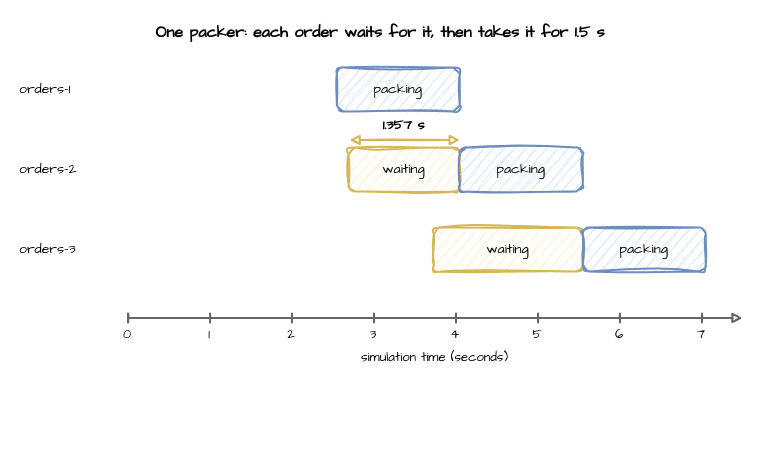
Above: docs/assets/diagrams/first-trace.drawio in jaehyeon-kim/desflow (draw.io), before the change. Source tidied: cells renumbered, new cells numbered last; positions are measured from the earlier drawing's top-left corner, leaving out a move shared by most shapes. Both pictures are drawn from the tidied source at 100%, with x=0, y=0 at pixel (17, 17).
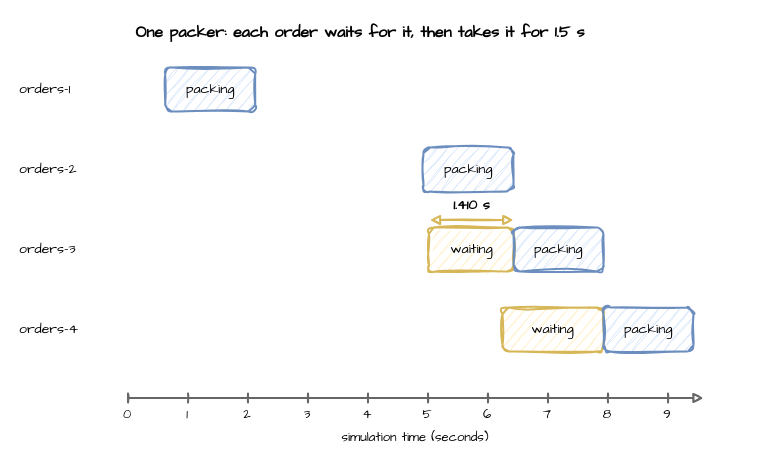
Above is the later version.

Change to the diagram source:
```diff
@@
     <mxCell id="2" value="One packer: each order waits for it, then takes it for 1.5 s" style="text;html=1;align=center;verticalAlign=middle;whiteSpace=wrap;fontFamily=Comic Sans MS;fontSize=16;fontStyle=1;" parent="1" vertex="1">
-      <mxGeometry width="726" height="30" as="geometry" />
+      <mxGeometry width="686" height="30" as="geometry" />
     </mxCell>
@@
     <mxCell id="4" value="packing" style="rounded=1;whiteSpace=wrap;html=1;sketch=1;curveFitting=1;jiggle=2;fontFamily=Comic Sans MS;fontSize=14;fillColor=#dae8fc;strokeColor=#6c8ebf;strokeWidth=2;" parent="1" vertex="1">
-      <mxGeometry x="319.3" y="50" width="123" height="44" as="geometry" />
+      <mxGeometry x="147.7" y="50" width="90" height="44" as="geometry" />
     </mxCell>
@@
-    <mxCell id="6" value="waiting" style="rounded=1;whiteSpace=wrap;html=1;sketch=1;curveFitting=1;jiggle=2;fontFamily=Comic Sans MS;fontSize=14;fillColor=#fff2cc;strokeColor=#d6b656;strokeWidth=2;" parent="1" vertex="1">
-      <mxGeometry x="331.1" y="130" width="111.2" height="44" as="geometry" />
-    </mxCell>
     <mxCell id="7" value="packing" style="rounded=1;whiteSpace=wrap;html=1;sketch=1;curveFitting=1;jiggle=2;fontFamily=Comic Sans MS;fontSize=14;fillColor=#dae8fc;strokeColor=#6c8ebf;strokeWidth=2;" parent="1" vertex="1">
-      <mxGeometry x="442.3" y="130" width="123" height="44" as="geometry" />
+      <mxGeometry x="406" y="130" width="90" height="44" as="geometry" />
     </mxCell>
@@
     <mxCell id="9" value="waiting" style="rounded=1;whiteSpace=wrap;html=1;sketch=1;curveFitting=1;jiggle=2;fontFamily=Comic Sans MS;fontSize=14;fillColor=#fff2cc;strokeColor=#d6b656;strokeWidth=2;" parent="1" vertex="1">
-      <mxGeometry x="416.4" y="210" width="148.8" height="44" as="geometry" />
+      <mxGeometry x="411.5" y="210" width="84.6" height="44" as="geometry" />
     </mxCell>
     <mxCell id="10" value="packing" style="rounded=1;whiteSpace=wrap;html=1;sketch=1;curveFitting=1;jiggle=2;fontFamily=Comic Sans MS;fontSize=14;fillColor=#dae8fc;strokeColor=#6c8ebf;strokeWidth=2;" parent="1" vertex="1">
-      <mxGeometry x="565.3" y="210" width="123" height="44" as="geometry" />
+      <mxGeometry x="496" y="210" width="90" height="44" as="geometry" />
     </mxCell>
+    <mxCell id="51" value="orders-4" style="text;html=1;align=left;verticalAlign=middle;whiteSpace=wrap;fontFamily=Comic Sans MS;fontSize=14;" parent="1" vertex="1">
+      <mxGeometry y="290" width="100" height="44" as="geometry" />
+    </mxCell>
+    <mxCell id="6" value="waiting" style="rounded=1;whiteSpace=wrap;html=1;sketch=1;curveFitting=1;jiggle=2;fontFamily=Comic Sans MS;fontSize=14;fillColor=#fff2cc;strokeColor=#d6b656;strokeWidth=2;" parent="1" vertex="1">
+      <mxGeometry x="485" y="290" width="101" height="44" as="geometry" />
+    </mxCell>
+    <mxCell id="52" value="packing" style="rounded=1;whiteSpace=wrap;html=1;sketch=1;curveFitting=1;jiggle=2;fontFamily=Comic Sans MS;fontSize=14;fillColor=#dae8fc;strokeColor=#6c8ebf;strokeWidth=2;" parent="1" vertex="1">
+      <mxGeometry x="586" y="290" width="90" height="44" as="geometry" />
+    </mxCell>
     <mxCell id="11" style="text;html=1;strokeColor=none;fillColor=none;" parent="1" vertex="1">
-      <mxGeometry x="331.1" y="122" width="1" height="1" as="geometry" />
+      <mxGeometry x="411.5" y="202" width="1" height="1" as="geometry" />
     </mxCell>
     <mxCell id="12" style="text;html=1;strokeColor=none;fillColor=none;" parent="1" vertex="1">
-      <mxGeometry x="442.3" y="122" width="1" height="1" as="geometry" />
+      <mxGeometry x="496" y="202" width="1" height="1" as="geometry" />
     </mxCell>
@@
-    <mxCell id="14" value="1.357 s" style="text;html=1;align=center;verticalAlign=middle;whiteSpace=wrap;fontFamily=Comic Sans MS;fontSize=14;fontStyle=1;" parent="1" vertex="1">
-      <mxGeometry x="331.1" y="96" width="111.2" height="24" as="geometry" />
+    <mxCell id="14" value="1.410 s" style="text;html=1;align=center;verticalAlign=middle;whiteSpace=wrap;fontFamily=Comic Sans MS;fontSize=14;fontStyle=1;" parent="1" vertex="1">
+      <mxGeometry x="411.5" y="176" width="84.6" height="24" as="geometry" />
     </mxCell>
     <mxCell id="15" style="text;html=1;strokeColor=none;fillColor=none;" parent="1" vertex="1">
-      <mxGeometry x="110" y="300" width="1" height="1" as="geometry" />
+      <mxGeometry x="110" y="380" width="1" height="1" as="geometry" />
     </mxCell>
     <mxCell id="16" style="text;html=1;strokeColor=none;fillColor=none;" parent="1" vertex="1">
-      <mxGeometry x="725" y="300" width="1" height="1" as="geometry" />
+      <mxGeometry x="686" y="380" width="1" height="1" as="geometry" />
     </mxCell>
@@
     <mxCell id="18" style="text;html=1;strokeColor=none;fillColor=none;" parent="1" vertex="1">
-      <mxGeometry x="110" y="295" width="1" height="1" as="geometry" />
+      <mxGeometry x="110" y="375" width="1" height="1" as="geometry" />
     </mxCell>
     <mxCell id="19" style="text;html=1;strokeColor=none;fillColor=none;" parent="1" vertex="1">
-      <mxGeometry x="110" y="305" width="1" height="1" as="geometry" />
+      <mxGeometry x="110" y="385" width="1" height="1" as="geometry" />
     </mxCell>
@@
     <mxCell id="21" value="0" style="text;html=1;align=center;verticalAlign=middle;whiteSpace=wrap;fontFamily=Comic Sans MS;fontSize=13;" parent="1" vertex="1">
-      <mxGeometry x="95" y="306" width="30" height="22" as="geometry" />
+      <mxGeometry x="95" y="386" width="30" height="22" as="geometry" />
     </mxCell>
     <mxCell id="22" style="text;html=1;strokeColor=none;fillColor=none;" parent="1" vertex="1">
-      <mxGeometry x="192" y="295" width="1" height="1" as="geometry" />
+      <mxGeometry x="170" y="375" width="1" height="1" as="geometry" />
     </mxCell>
     <mxCell id="23" style="text;html=1;strokeColor=none;fillColor=none;" parent="1" vertex="1">
-      <mxGeometry x="192" y="305" width="1" height="1" as="geometry" />
+      <mxGeometry x="170" y="385" width="1" height="1" as="geometry" />
     </mxCell>
@@
     <mxCell id="25" value="1" style="text;html=1;align=center;verticalAlign=middle;whiteSpace=wrap;fontFamily=Comic Sans MS;fontSize=13;" parent="1" vertex="1">
-      <mxGeometry x="177" y="306" width="30" height="22" as="geometry" />
+      <mxGeometry x="155" y="386" width="30" height="22" as="geometry" />
     </mxCell>
     <mxCell id="26" style="text;html=1;strokeColor=none;fillColor=none;" parent="1" vertex="1">
-      <mxGeometry x="274" y="295" width="1" height="1" as="geometry" />
+      <mxGeometry x="230" y="375" width="1" height="1" as="geometry" />
     </mxCell>
     <mxCell id="27" style="text;html=1;strokeColor=none;fillColor=none;" parent="1" vertex="1">
-      <mxGeometry x="274" y="305" width="1" height="1" as="geometry" />
+      <mxGeometry x="230" y="385" width="1" height="1" as="geometry" />
     </mxCell>
@@
     <mxCell id="29" value="2" style="text;html=1;align=center;verticalAlign=middle;whiteSpace=wrap;fontFamily=Comic Sans MS;fontSize=13;" parent="1" vertex="1">
-      <mxGeometry x="259" y="306" width="30" height="22" as="geometry" />
+      <mxGeometry x="215" y="386" width="30" height="22" as="geometry" />
     </mxCell>
     <mxCell id="30" style="text;html=1;strokeColor=none;fillColor=none;" parent="1" vertex="1">
-      <mxGeometry x="356" y="295" width="1" height="1" as="geometry" />
+      <mxGeometry x="290" y="375" width="1" height="1" as="geometry" />
     </mxCell>
     <mxCell id="31" style="text;html=1;strokeColor=none;fillColor=none;" parent="1" vertex="1">
-      <mxGeometry x="356" y="305" width="1" height="1" as="geometry" />
+      <mxGeometry x="290" y="385" width="1" height="1" as="geometry" />
     </mxCell>
@@
     <mxCell id="33" value="3" style="text;html=1;align=center;verticalAlign=middle;whiteSpace=wrap;fontFamily=Comic Sans MS;fontSize=13;" parent="1" vertex="1">
-      <mxGeometry x="341" y="306" width="30" height="22" as="geometry" />
+      <mxGeometry x="275" y="386" width="30" height="22" as="geometry" />
     </mxCell>
     <mxCell id="34" style="text;html=1;strokeColor=none;fillColor=none;" parent="1" vertex="1">
-      <mxGeometry x="438" y="295" width="1" height="1" as="geometry" />
+      <mxGeometry x="350" y="375" width="1" height="1" as="geometry" />
     </mxCell>
     <mxCell id="35" style="text;html=1;strokeColor=none;fillColor=none;" parent="1" vertex="1">
-      <mxGeometry x="438" y="305" width="1" height="1" as="geometry" />
+      <mxGeometry x="350" y="385" width="1" height="1" as="geometry" />
     </mxCell>
@@
     <mxCell id="37" value="4" style="text;html=1;align=center;verticalAlign=middle;whiteSpace=wrap;fontFamily=Comic Sans MS;fontSize=13;" parent="1" vertex="1">
-      <mxGeometry x="423" y="306" width="30" height="22" as="geometry" />
+      <mxGeometry x="335" y="386" width="30" height="22" as="geometry" />
     </mxCell>
     <mxCell id="38" style="text;html=1;strokeColor=none;fillColor=none;" parent="1" vertex="1">
-      <mxGeometry x="520" y="295" width="1" height="1" as="geometry" />
+      <mxGeometry x="410" y="375" width="1" height="1" as="geometry" />
     </mxCell>
     <mxCell id="39" style="text;html=1;strokeColor=none;fillColor=none;" parent="1" vertex="1">
-      <mxGeometry x="520" y="305" width="1" height="1" as="geometry" />
+      <mxGeometry x="410" y="385" width="1" height="1" as="geometry" />
     </mxCell>
@@
     <mxCell id="41" value="5" style="text;html=1;align=center;verticalAlign=middle;whiteSpace=wrap;fontFamily=Comic Sans MS;fontSize=13;" parent="1" vertex="1">
-      <mxGeometry x="505" y="306" width="30" height="22" as="geometry" />
+      <mxGeometry x="395" y="386" width="30" height="22" as="geometry" />
     </mxCell>
     <mxCell id="42" style="text;html=1;strokeColor=none;fillColor=none;" parent="1" vertex="1">
-      <mxGeometry x="602" y="295" width="1" height="1" as="geometry" />
+      <mxGeometry x="470" y="375" width="1" height="1" as="geometry" />
     </mxCell>
     <mxCell id="43" style="text;html=1;strokeColor=none;fillColor=none;" parent="1" vertex="1">
-      <mxGeometry x="602" y="305" width="1" height="1" as="geometry" />
+      <mxGeometry x="470" y="385" width="1" height="1" as="geometry" />
     </mxCell>
@@
     <mxCell id="45" value="6" style="text;html=1;align=center;verticalAlign=middle;whiteSpace=wrap;fontFamily=Comic Sans MS;fontSize=13;" parent="1" vertex="1">
-      <mxGeometry x="587" y="306" width="30" height="22" as="geometry" />
+      <mxGeometry x="455" y="386" width="30" height="22" as="geometry" />
     </mxCell>
     <mxCell id="46" style="text;html=1;strokeColor=none;fillColor=none;" parent="1" vertex="1">
-      <mxGeometry x="684" y="295" width="1" height="1" as="geometry" />
+      <mxGeometry x="530" y="375" width="1" height="1" as="geometry" />
     </mxCell>
     <mxCell id="47" style="text;html=1;strokeColor=none;fillColor=none;" parent="1" vertex="1">
-      <mxGeometry x="684" y="305" width="1" height="1" as="geometry" />
+      <mxGeometry x="530" y="385" width="1" height="1" as="geometry" />
     </mxCell>
@@
     <mxCell id="49" value="7" style="text;html=1;align=center;verticalAlign=middle;whiteSpace=wrap;fontFamily=Comic Sans MS;fontSize=13;" parent="1" vertex="1">
-      <mxGeometry x="669" y="306" width="30" height="22" as="geometry" />
+      <mxGeometry x="515" y="386" width="30" height="22" as="geometry" />
     </mxCell>
+    <mxCell id="53" style="text;html=1;strokeColor=none;fillColor=none;" parent="1" vertex="1">
+      <mxGeometry x="590" y="375" width="1" height="1" as="geometry" />
+    </mxCell>
+    <mxCell id="54" style="text;html=1;strokeColor=none;fillColor=none;" parent="1" vertex="1">
+      <mxGeometry x="590" y="385" width="1" height="1" as="geometry" />
+    </mxCell>
+    <mxCell id="55" style="edgeStyle=orthogonalEdgeStyle;rounded=0;sketch=1;html=1;strokeWidth=2;endArrow=none;strokeColor=#666666;fontFamily=Comic Sans MS;fontSize=13;labelBackgroundColor=#ffffff;edgeStyle=none;" parent="1" edge="1" source="53" target="54">
+      <mxGeometry relative="1" as="geometry" />
+    </mxCell>
+    <mxCell id="56" value="8" style="text;html=1;align=center;verticalAlign=middle;whiteSpace=wrap;fontFamily=Comic Sans MS;fontSize=13;" parent="1" vertex="1">
+      <mxGeometry x="575" y="386" width="30" height="22" as="geometry" />
+    </mxCell>
+    <mxCell id="57" style="text;html=1;strokeColor=none;fillColor=none;" parent="1" vertex="1">
+      <mxGeometry x="650" y="375" width="1" height="1" as="geometry" />
+    </mxCell>
+    <mxCell id="58" style="text;html=1;strokeColor=none;fillColor=none;" parent="1" vertex="1">
+      <mxGeometry x="650" y="385" width="1" height="1" as="geometry" />
+    </mxCell>
+    <mxCell id="59" style="edgeStyle=orthogonalEdgeStyle;rounded=0;sketch=1;html=1;strokeWidth=2;endArrow=none;strokeColor=#666666;fontFamily=Comic Sans MS;fontSize=13;labelBackgroundColor=#ffffff;edgeStyle=none;" parent="1" edge="1" source="57" target="58">
+      <mxGeometry relative="1" as="geometry" />
+    </mxCell>
+    <mxCell id="60" value="9" style="text;html=1;align=center;verticalAlign=middle;whiteSpace=wrap;fontFamily=Comic Sans MS;fontSize=13;" parent="1" vertex="1">
+      <mxGeometry x="635" y="386" width="30" height="22" as="geometry" />
+    </mxCell>
     <mxCell id="50" value="simulation time (seconds)" style="text;html=1;align=center;verticalAlign=middle;whiteSpace=wrap;fontFamily=Comic Sans MS;fontSize=13;" parent="1" vertex="1">
-      <mxGeometry x="110" y="328" width="615" height="24" as="geometry" />
+      <mxGeometry x="110" y="408" width="576" height="24" as="geometry" />
     </mxCell>
```
